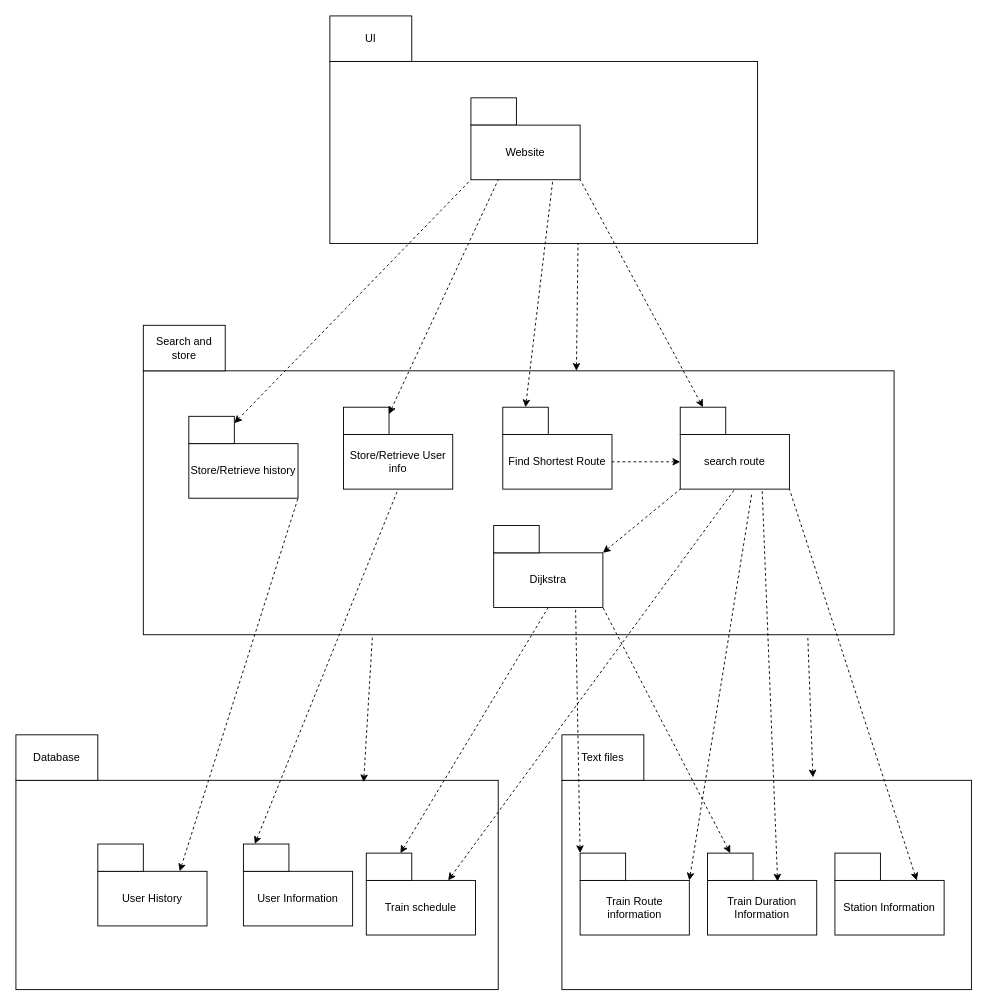
Earlier version of the draw.io diagram Stage 4/Report/Architecture diagram.drawio (terrenceshang/CS-Capestone-Project). Source tidied: cells renumbered, new cells numbered last; positions are measured from the earlier drawing's top-left corner, leaving out a move shared by most shapes. Both pictures are drawn from the tidied source at 91%, with x=0, y=0 at pixel (15, 15).
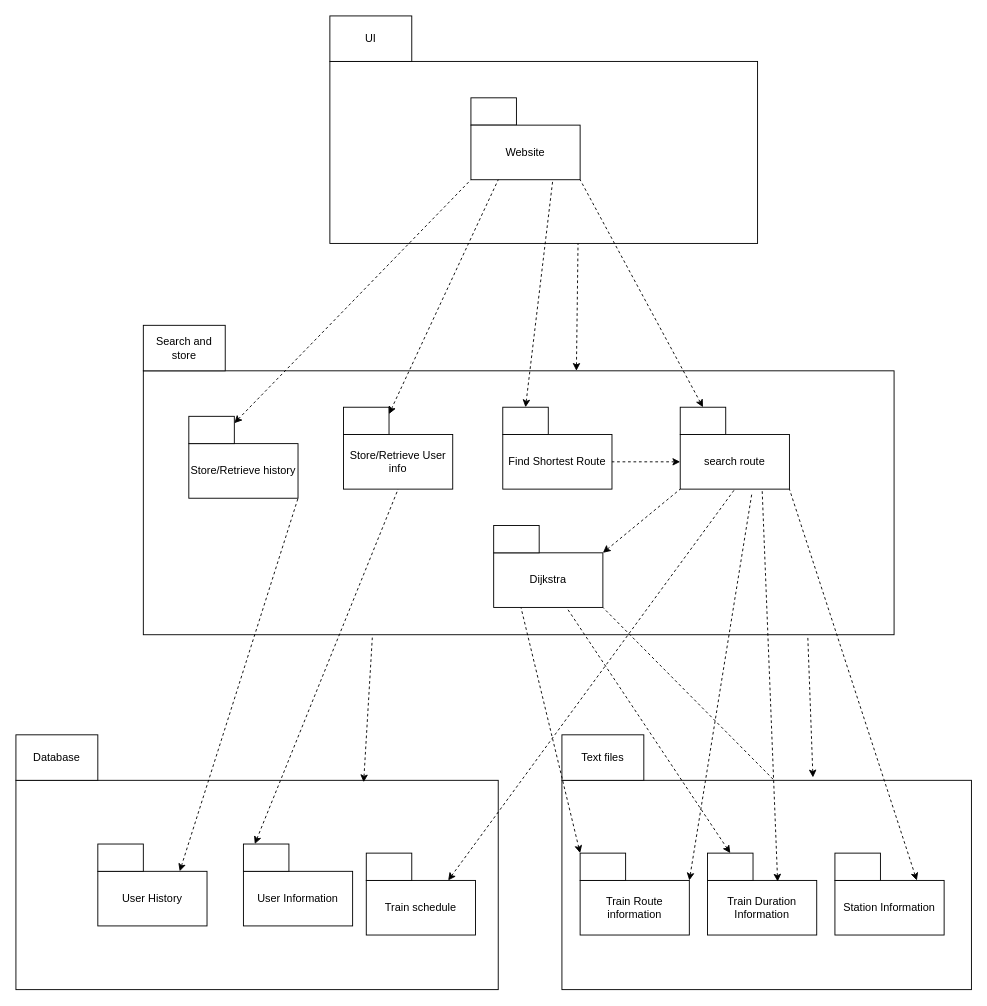
After the change.

Unchanged cells that the change refers to:
```xml
<mxCell id="13" value="Dijkstra" style="rounded=0;whiteSpace=wrap;html=1;" parent="1" vertex="1">
  <mxGeometry x="525" y="590" width="120" height="60" as="geometry" />
</mxCell>
<mxCell id="26" style="rounded=0;whiteSpace=wrap;html=1;" parent="1" vertex="1">
  <mxGeometry x="385" y="920" width="50" height="30" as="geometry" />
</mxCell>
<mxCell id="41" style="rounded=0;whiteSpace=wrap;html=1;" parent="1" vertex="1">
  <mxGeometry x="620" y="920" width="50" height="30" as="geometry" />
</mxCell>
<mxCell id="43" style="rounded=0;whiteSpace=wrap;html=1;" parent="1" vertex="1">
  <mxGeometry x="760" y="920" width="50" height="30" as="geometry" />
</mxCell>
<mxCell id="45" style="rounded=0;whiteSpace=wrap;html=1;" parent="1" vertex="1">
  <mxGeometry x="900" y="920" width="50" height="30" as="geometry" />
</mxCell>
```

Diff of the diagram source:
```diff
@@
-    <mxCell id="27" style="endArrow=none;dashed=1;html=1;entryX=0.5;entryY=1;entryDx=0;entryDy=0;horizontal=1;endFill=0;startArrow=classic;startFill=1;exitX=0.75;exitY=0;exitDx=0;exitDy=0;" parent="1" edge="1" source="26" target="13">
+    <mxCell id="27" style="endArrow=none;dashed=1;html=1;entryX=1;entryY=1;entryDx=0;entryDy=0;horizontal=1;endFill=0;startArrow=classic;startFill=1;exitX=0.25;exitY=0;exitDx=0;exitDy=0;" parent="1" edge="1" source="45" target="13">
       <mxGeometry relative="1" as="geometry" />
     </mxCell>
@@
-    <mxCell id="49" style="endArrow=none;dashed=1;html=1;entryX=0.75;entryY=1;entryDx=0;entryDy=0;horizontal=1;endFill=0;startArrow=classic;startFill=1;exitX=0;exitY=0;exitDx=0;exitDy=0;" parent="1" edge="1" source="41" target="13">
+    <mxCell id="49" style="endArrow=none;dashed=1;html=1;entryX=0.25;entryY=1;entryDx=0;entryDy=0;horizontal=1;endFill=0;startArrow=classic;startFill=1;exitX=0;exitY=0;exitDx=0;exitDy=0;" parent="1" edge="1" source="41" target="13">
       <mxGeometry relative="1" as="geometry" />
     </mxCell>
-    <mxCell id="50" style="endArrow=none;dashed=1;html=1;entryX=1;entryY=1;entryDx=0;entryDy=0;horizontal=1;endFill=0;startArrow=classic;startFill=1;exitX=0.5;exitY=0;exitDx=0;exitDy=0;" parent="1" edge="1" source="43" target="13">
+    <mxCell id="50" style="endArrow=none;dashed=1;html=1;horizontal=1;endFill=0;startArrow=classic;startFill=1;exitX=0.5;exitY=0;exitDx=0;exitDy=0;" parent="1" edge="1" source="43" target="13">
       <mxGeometry relative="1" as="geometry" />
     </mxCell>
```
